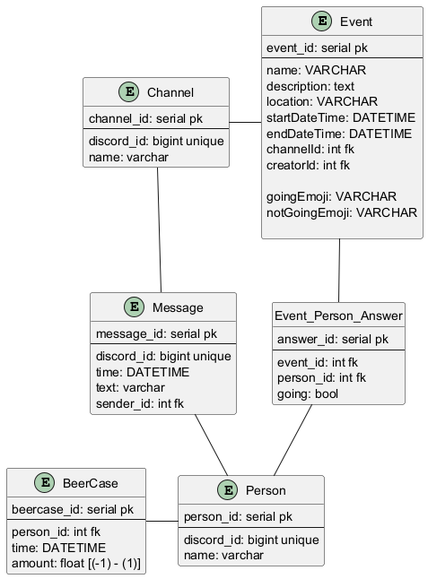
This is ER-diagram.png from Official-Acki/fredagsbar-discord-bot, a PlantUML export, as it was before one commit.
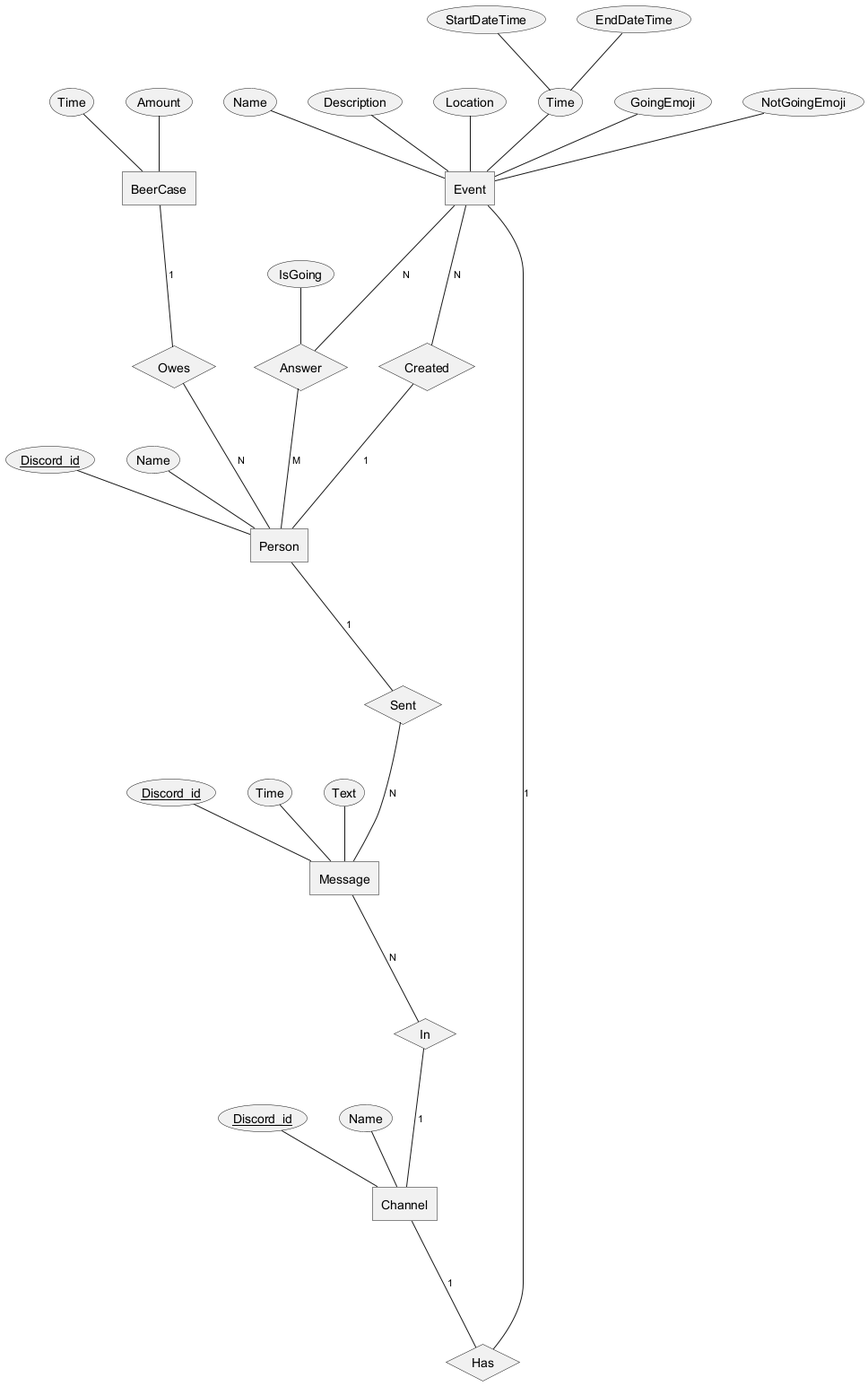
Later version of the same file.

Commit message:
Update Database diagram

Diff of the diagram source:
```diff
@@ -1,70 +1,74 @@
-@startuml ER-diagram
+@startchen ER-diagram
 
 entity Event {
-    event_id: serial pk
-    --
-    name: VARCHAR
-    description: text
-    location: VARCHAR
-    startDateTime: DATETIME
-    endDateTime: DATETIME
-    channelId: int fk
-    creatorId: int fk
-
-    goingEmoji: VARCHAR
-    notGoingEmoji: VARCHAR
-
+    Name
+    Description
+    Location
+    Time {
+        StartDateTime
+        EndDateTime
+    }
+    GoingEmoji
+    NotGoingEmoji
 }
 
-entity Event_Person_Answer {
-    answer_id: serial pk
-    --
-    event_id: int fk
-    person_id: int fk
-    going: bool
+relationship Answer {
+    IsGoing
 }
-hide Event_Person_Answer circle
 
+relationship Created {
+}
 
 entity Person {
-    person_id: serial pk
-    --
-    discord_id: bigint unique
-    name: varchar
+    Discord_id <<key>>
+    Name
 }
 
-Event -- Event_Person_Answer
-Event_Person_Answer -- Person
+Event -N- Answer
+Answer -M- Person
+
+Event -N- Created
+Created -1- Person
 
 entity BeerCase {
-    beercase_id: serial pk
-    --
-    person_id: int fk
-    time: DATETIME
-    amount: float [(-1) - (1)]
+    Time
+    Amount
 }
 
-BeerCase - Person
+relationship Owes {
+}
+
+BeerCase -1- Owes
+Owes -N- Person
 
 entity Channel {
-    channel_id: serial pk
-    --
-    discord_id: bigint unique
-    name: varchar
+    Discord_id <<key>>
+    Name
 }
 
 entity Message {
-    message_id: serial pk
-    --
-    discord_id: bigint unique
-    time: DATETIME
-    text: varchar
-    sender_id: int fk
+    Discord_id <<key>>
+    Time
+    Text
 }
 
-Channel - Event
-Channel -- Message
-Message -- Person
+relationship Has {
+}
+
+Channel -1- Has
+Has -1- Event
+
+relationship Sent {
+}
+
+Person -1- Sent
+Sent -N- Message
+
+relationship In {
+}
+
+Message -N- In
+In -1- Channel
 
 
-@enduml
+@endchen
```
